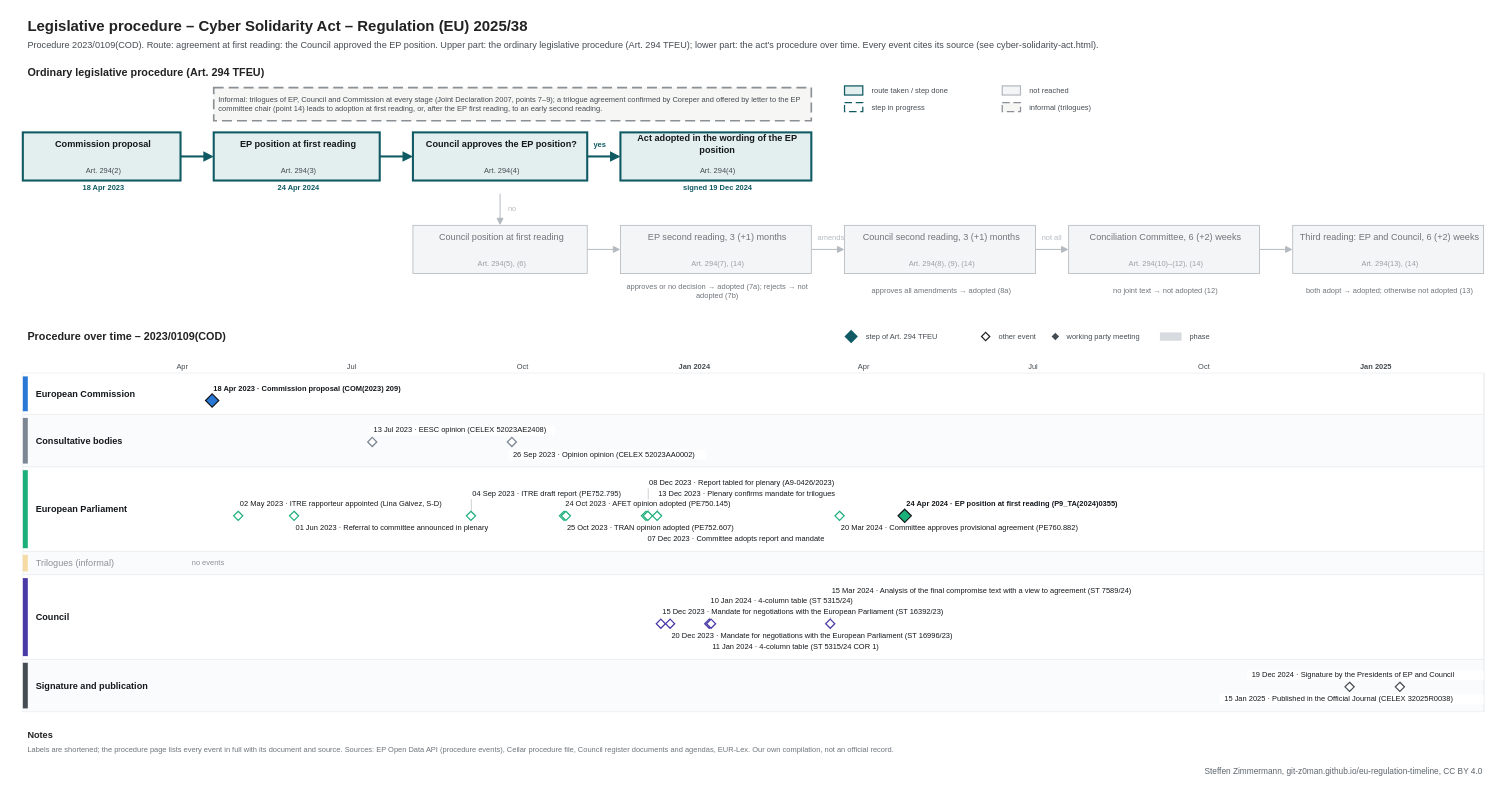
git-z0man/eu-regulation-timeline keeps this draw.io diagram as procedures/cyber-solidarity-act.drawio. Above is the earlier version. Source tidied: cells renumbered, new cells numbered last; positions are measured from the earlier drawing's top-left corner, leaving out a move shared by most shapes. Both pictures are drawn from the tidied source at 83%, with x=0, y=0 at pixel (14, 14).
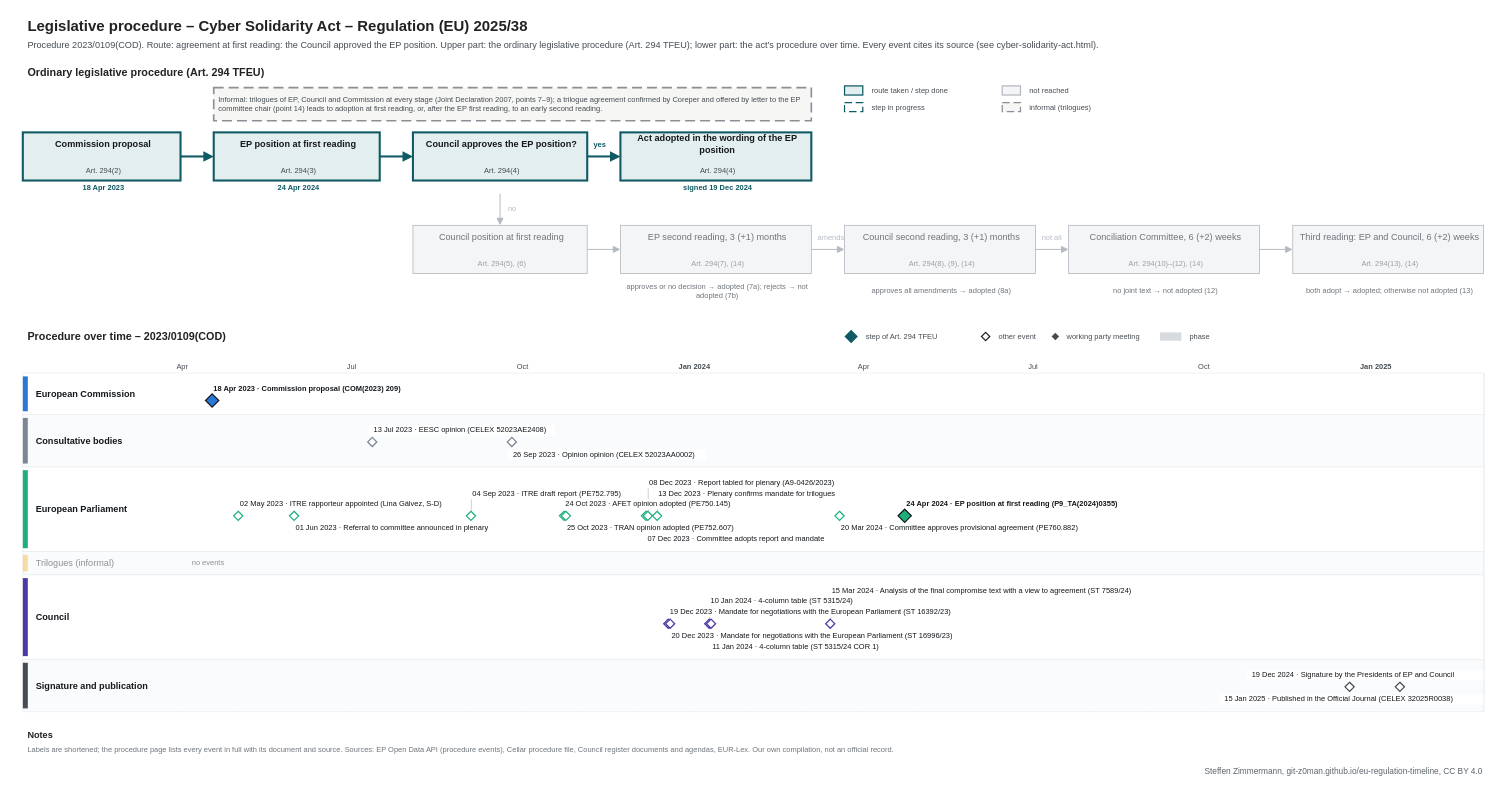
Above is the later version.

The edit, as a diff of the source:
```diff
@@
-    <mxCell id="154" value="15 Dec 2023 · Mandate for negotiations with the European Parliament (ST 16392/23)" style="text;html=1;fontSize=9;fontColor=#14181c;align=left;verticalAlign=middle;spacingLeft=4;fillColor=#ffffff;" parent="1" vertex="1">
-      <mxGeometry x="774.7" y="714" width="388.7" height="12" as="geometry" />
+    <mxCell id="154" value="19 Dec 2023 · Mandate for negotiations with the European Parliament (ST 16392/23)" style="text;html=1;fontSize=9;fontColor=#14181c;align=left;verticalAlign=middle;spacingLeft=4;fillColor=#ffffff;" parent="1" vertex="1">
+      <mxGeometry x="783.6" y="714" width="388.7" height="12" as="geometry" />
     </mxCell>
@@
     <mxCell id="159" style="rhombus;fillColor=#ffffff;strokeColor=#4a3aa7;strokeWidth=1.5;" parent="1" vertex="1">
-      <mxGeometry x="773.2" y="728.5" width="11" height="11" as="geometry" />
+      <mxGeometry x="782.1" y="728.5" width="11" height="11" as="geometry" />
     </mxCell>
```
